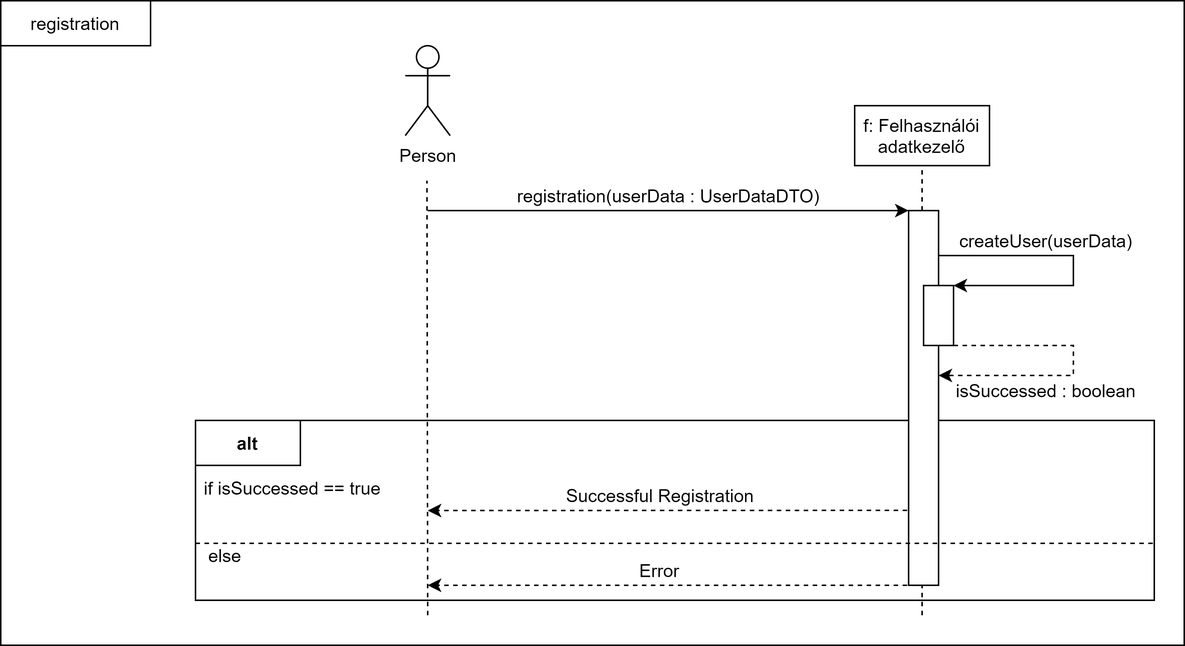
The draw.io diagram img/seq/registration.png in gurubib/pangolin-webshop, before a commit. Source tidied: cells renumbered, new cells last; positions are measured from the earlier drawing's top-left corner, leaving out a move shared by most shapes.
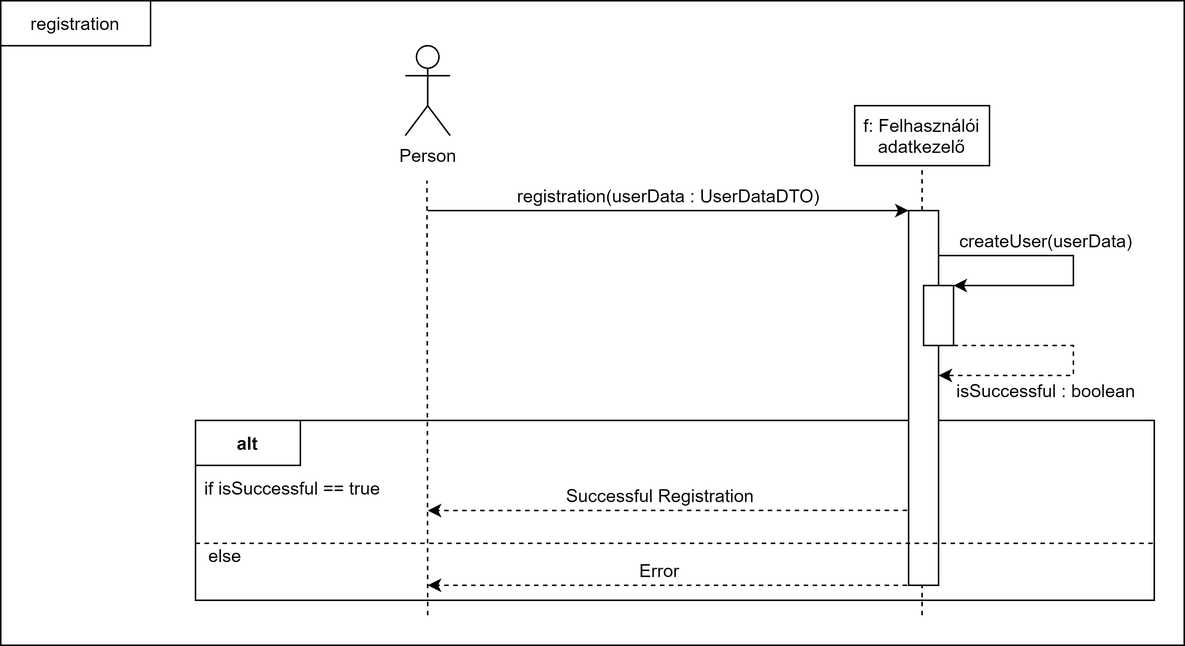
The same file after the commit.

Commit message:
Update registration sequence diagram

The edit, as a diff of the source:
```diff
@@ -60,13 +60,13 @@
     <mxCell id="14" style="rounded=0;whiteSpace=wrap;html=1;" parent="1" vertex="1">
       <mxGeometry x="616" y="190" width="20" height="40" as="geometry" />
     </mxCell>
-    <mxCell id="15" value="isSuccessed : boolean" style="text;html=1;strokeColor=none;fillColor=none;align=center;verticalAlign=middle;whiteSpace=wrap;rounded=0;" parent="1" vertex="1">
+    <mxCell id="15" value="isSuccessful&amp;nbsp;: boolean" style="text;html=1;strokeColor=none;fillColor=none;align=center;verticalAlign=middle;whiteSpace=wrap;rounded=0;" parent="1" vertex="1">
       <mxGeometry x="636" y="250" width="124" height="20" as="geometry" />
     </mxCell>
     <mxCell id="16" value="&lt;b&gt;alt&lt;/b&gt;" style="rounded=0;whiteSpace=wrap;html=1;" parent="1" vertex="1">
       <mxGeometry x="130" y="280" width="70" height="30" as="geometry" />
     </mxCell>
-    <mxCell id="17" value="if isSuccessed == true" style="text;html=1;strokeColor=none;fillColor=none;align=center;verticalAlign=middle;whiteSpace=wrap;rounded=0;" parent="1" vertex="1">
+    <mxCell id="17" value="if isSuccessful == true" style="text;html=1;strokeColor=none;fillColor=none;align=center;verticalAlign=middle;whiteSpace=wrap;rounded=0;" parent="1" vertex="1">
       <mxGeometry x="130" y="315" width="130" height="20" as="geometry" />
     </mxCell>
     <mxCell id="18" style="endArrow=classic;html=1;exitX=-0.133;exitY=0.396;exitDx=0;exitDy=0;exitPerimeter=0;rounded=0;dashed=1;" parent="1" edge="1">
```
